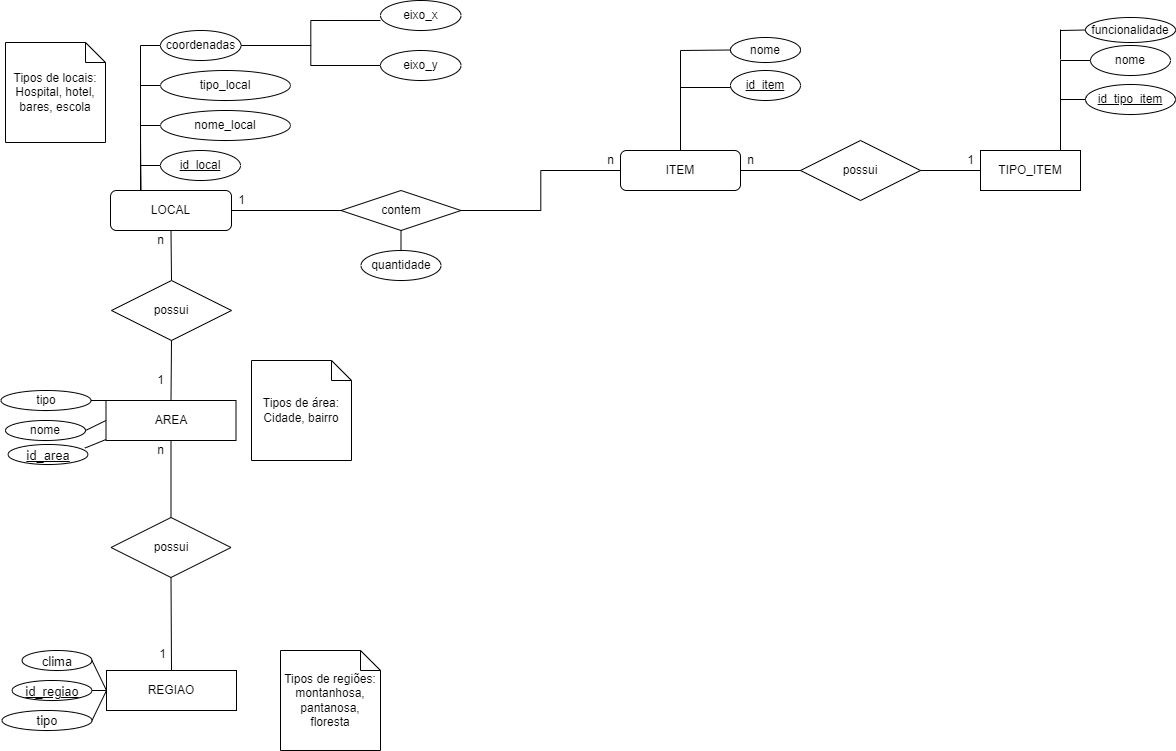
This is DER/DER-Mapa/MapFlowDER-v3.png from SBD1/grupo4-Zumbi, a draw.io export, as it was before one commit. Source tidied: cells renumbered, new cells last; positions are measured from the earlier drawing's top-left corner, leaving out a move shared by most shapes.
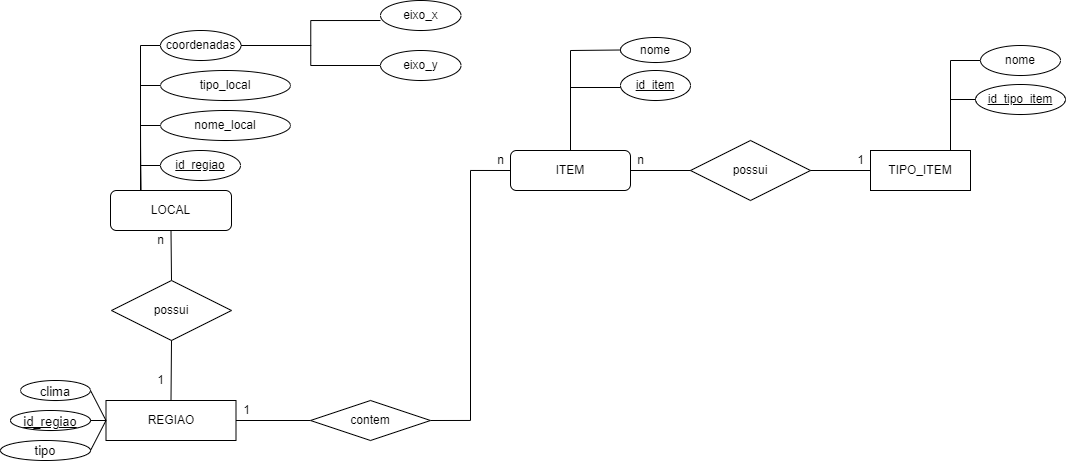
Later version of the same file.

The edit, as a diff of the source:
```diff
@@ -2,6 +2,11 @@
   <root>
     <mxCell id="0" />
     <mxCell id="1" parent="0" />
+    <mxCell id="69" style="edgeStyle=orthogonalEdgeStyle;rounded=0;jettySize=auto;html=1;entryX=0;entryY=0.5;entryDx=0;entryDy=0;endArrow=none;endFill=0;strokeColor=default;" parent="1" edge="1" target="12">
+      <mxGeometry relative="1" as="geometry">
+        <mxPoint x="230" y="420" as="sourcePoint" />
+      </mxGeometry>
+    </mxCell>
     <mxCell id="2" value="LOCAL" style="rounded=1;whiteSpace=wrap;html=1;" parent="1" vertex="1">
       <mxGeometry x="110" y="190" width="121" height="40" as="geometry" />
     </mxCell>
@@ -33,16 +38,16 @@
       <mxGeometry relative="1" as="geometry" />
     </mxCell>
     <mxCell id="12" value="contem" style="rhombus;whiteSpace=wrap;html=1;" parent="1" vertex="1">
-      <mxGeometry x="340.5" y="190" width="120" height="40" as="geometry" />
+      <mxGeometry x="310" y="400" width="120" height="40" as="geometry" />
     </mxCell>
     <mxCell id="13" value="1" style="text;html=1;align=center;verticalAlign=middle;strokeColor=none;fillColor=none;" parent="1" vertex="1">
-      <mxGeometry x="231" y="190" width="20" height="20" as="geometry" />
+      <mxGeometry x="235.5" y="400" width="20" height="20" as="geometry" />
     </mxCell>
     <mxCell id="14" value="ITEM" style="rounded=1;whiteSpace=wrap;html=1;" parent="1" vertex="1">
-      <mxGeometry x="620" y="150" width="120" height="40" as="geometry" />
+      <mxGeometry x="510" y="150" width="120" height="40" as="geometry" />
     </mxCell>
     <mxCell id="15" value="n" style="text;html=1;align=center;verticalAlign=middle;strokeColor=none;fillColor=none;" parent="1" vertex="1">
-      <mxGeometry x="600" y="150" width="20" height="20" as="geometry" />
+      <mxGeometry x="490" y="150" width="20" height="20" as="geometry" />
     </mxCell>
     <mxCell id="16" value="eixo_x" style="ellipse;whiteSpace=wrap;html=1;align=center;" parent="1" vertex="1">
       <mxGeometry x="380" width="80.5" height="30" as="geometry" />
@@ -55,20 +60,20 @@
         <mxPoint x="140" y="190" as="targetPoint" />
       </mxGeometry>
     </mxCell>
-    <mxCell id="19" value="&lt;u&gt;id_local&lt;/u&gt;" style="ellipse;whiteSpace=wrap;html=1;" parent="1" vertex="1">
+    <mxCell id="19" value="&lt;u&gt;id_regiao&lt;/u&gt;" style="ellipse;whiteSpace=wrap;html=1;" parent="1" vertex="1">
       <mxGeometry x="160" y="150" width="80" height="30" as="geometry" />
     </mxCell>
     <mxCell id="20" value="nome" style="ellipse;whiteSpace=wrap;html=1;align=center;" parent="1" vertex="1">
-      <mxGeometry x="730" y="37" width="70" height="25" as="geometry" />
+      <mxGeometry x="620" y="37" width="70" height="25" as="geometry" />
     </mxCell>
     <mxCell id="21" value="&lt;u&gt;id_item&lt;/u&gt;" style="ellipse;whiteSpace=wrap;html=1;align=center;" parent="1" vertex="1">
-      <mxGeometry x="730" y="70" width="70" height="30" as="geometry" />
+      <mxGeometry x="620" y="70" width="70" height="30" as="geometry" />
     </mxCell>
     <mxCell id="22" value="possui" style="shape=rhombus;perimeter=rhombusPerimeter;whiteSpace=wrap;html=1;align=center;" parent="1" vertex="1">
-      <mxGeometry x="800" y="140" width="120" height="60" as="geometry" />
+      <mxGeometry x="690" y="140" width="120" height="60" as="geometry" />
     </mxCell>
     <mxCell id="23" value="TIPO_ITEM" style="whiteSpace=wrap;html=1;align=center;" parent="1" vertex="1">
-      <mxGeometry x="980" y="150" width="100" height="40" as="geometry" />
+      <mxGeometry x="870" y="150" width="100" height="40" as="geometry" />
     </mxCell>
     <mxCell id="24" style="endArrow=none;html=1;rounded=0;exitX=1;exitY=0.5;exitDx=0;exitDy=0;" parent="1" edge="1" source="14" target="22">
       <mxGeometry relative="1" as="geometry" />
@@ -77,47 +82,47 @@
       <mxGeometry relative="1" as="geometry" />
     </mxCell>
     <mxCell id="26" value="n" style="text;html=1;align=center;verticalAlign=middle;strokeColor=none;fillColor=none;" parent="1" vertex="1">
-      <mxGeometry x="740" y="150" width="20" height="20" as="geometry" />
+      <mxGeometry x="630" y="150" width="20" height="20" as="geometry" />
     </mxCell>
     <mxCell id="27" value="1" style="text;html=1;align=center;verticalAlign=middle;strokeColor=none;fillColor=none;" parent="1" vertex="1">
-      <mxGeometry x="960" y="150" width="20" height="20" as="geometry" />
+      <mxGeometry x="850" y="150" width="20" height="20" as="geometry" />
     </mxCell>
     <mxCell id="28" style="endArrow=none;html=1;rounded=0;exitX=0.5;exitY=0;exitDx=0;exitDy=0;" parent="1" edge="1" source="14">
       <mxGeometry relative="1" as="geometry">
-        <mxPoint x="680" y="50" as="targetPoint" />
+        <mxPoint x="570" y="50" as="targetPoint" />
       </mxGeometry>
     </mxCell>
     <mxCell id="29" style="endArrow=none;html=1;rounded=0;entryX=0;entryY=0.5;entryDx=0;entryDy=0;" parent="1" edge="1" target="20">
       <mxGeometry relative="1" as="geometry">
-        <mxPoint x="680" y="50" as="sourcePoint" />
+        <mxPoint x="570" y="50" as="sourcePoint" />
       </mxGeometry>
     </mxCell>
     <mxCell id="30" style="endArrow=none;html=1;rounded=0;entryX=0;entryY=0.5;entryDx=0;entryDy=0;" parent="1" edge="1">
       <mxGeometry relative="1" as="geometry">
-        <mxPoint x="680" y="87" as="sourcePoint" />
-        <mxPoint x="730" y="87" as="targetPoint" />
+        <mxPoint x="570" y="87" as="sourcePoint" />
+        <mxPoint x="620" y="87" as="targetPoint" />
       </mxGeometry>
     </mxCell>
     <mxCell id="31" style="endArrow=none;html=1;rounded=0;exitX=0.75;exitY=0;exitDx=0;exitDy=0;" parent="1" edge="1">
       <mxGeometry relative="1" as="geometry">
-        <mxPoint x="1060" y="150" as="sourcePoint" />
-        <mxPoint x="1060" y="60" as="targetPoint" />
+        <mxPoint x="950" y="150" as="sourcePoint" />
+        <mxPoint x="950" y="60" as="targetPoint" />
       </mxGeometry>
     </mxCell>
     <mxCell id="32" value="nome" style="ellipse;whiteSpace=wrap;html=1;align=center;" parent="1" vertex="1">
-      <mxGeometry x="1090" y="45" width="80" height="30" as="geometry" />
+      <mxGeometry x="980" y="45" width="80" height="30" as="geometry" />
     </mxCell>
     <mxCell id="33" style="endArrow=none;html=1;rounded=0;entryX=0;entryY=0.5;entryDx=0;entryDy=0;" parent="1" edge="1" target="32">
       <mxGeometry relative="1" as="geometry">
-        <mxPoint x="1060" y="60" as="sourcePoint" />
+        <mxPoint x="950" y="60" as="sourcePoint" />
       </mxGeometry>
     </mxCell>
     <mxCell id="34" value="id_tipo_item" style="ellipse;whiteSpace=wrap;html=1;align=center;fontStyle=4;" parent="1" vertex="1">
-      <mxGeometry x="1085" y="84" width="90" height="30" as="geometry" />
+      <mxGeometry x="975" y="84" width="90" height="30" as="geometry" />
     </mxCell>
     <mxCell id="35" style="endArrow=none;html=1;rounded=0;entryX=0;entryY=0.5;entryDx=0;entryDy=0;" parent="1" edge="1" target="34">
       <mxGeometry relative="1" as="geometry">
-        <mxPoint x="1060" y="99" as="sourcePoint" />
+        <mxPoint x="950" y="99" as="sourcePoint" />
       </mxGeometry>
     </mxCell>
     <mxCell id="36" style="endArrow=none;html=1;rounded=0;exitX=0.5;exitY=1;exitDx=0;exitDy=0;" parent="1" edge="1" source="2">
@@ -126,22 +131,22 @@
       </mxGeometry>
     </mxCell>
     <mxCell id="37" value="REGIAO" style="whiteSpace=wrap;html=1;align=center;" parent="1" vertex="1">
-      <mxGeometry x="106" y="670" width="130" height="40" as="geometry" />
+      <mxGeometry x="105.5" y="400" width="130" height="40" as="geometry" />
     </mxCell>
     <mxCell id="38" value="possui" style="shape=rhombus;perimeter=rhombusPerimeter;whiteSpace=wrap;html=1;align=center;" parent="1" vertex="1">
-      <mxGeometry x="110.5" y="517" width="120" height="60" as="geometry" />
+      <mxGeometry x="111" y="280" width="120" height="60" as="geometry" />
     </mxCell>
     <mxCell id="39" value="n" style="text;html=1;align=center;verticalAlign=middle;strokeColor=none;fillColor=none;" parent="1" vertex="1">
       <mxGeometry x="150" y="230" width="20" height="20" as="geometry" />
     </mxCell>
     <mxCell id="40" value="1" style="text;html=1;align=center;verticalAlign=middle;strokeColor=none;fillColor=none;" parent="1" vertex="1">
-      <mxGeometry x="151.5" y="644" width="20" height="20" as="geometry" />
+      <mxGeometry x="150" y="370" width="20" height="20" as="geometry" />
     </mxCell>
     <mxCell id="41" value="&lt;font style=&quot;font-size: 13px&quot;&gt;clima&lt;/font&gt;" style="ellipse;whiteSpace=wrap;html=1;align=center;fontSize=16;" parent="1" vertex="1">
-      <mxGeometry x="21.5" y="650" width="70" height="20" as="geometry" />
+      <mxGeometry x="20" y="380" width="70" height="20" as="geometry" />
     </mxCell>
     <mxCell id="42" value="&lt;font style=&quot;font-size: 13px&quot;&gt;&lt;u&gt;id_regiao&lt;/u&gt;&lt;/font&gt;" style="ellipse;whiteSpace=wrap;html=1;align=center;fontSize=16;" parent="1" vertex="1">
-      <mxGeometry x="11.5" y="680" width="80" height="20" as="geometry" />
+      <mxGeometry x="10" y="410" width="80" height="20" as="geometry" />
     </mxCell>
     <mxCell id="43" style="endArrow=none;html=1;rounded=0;fontSize=13;exitX=0;exitY=0.5;exitDx=0;exitDy=0;entryX=1;entryY=0.5;entryDx=0;entryDy=0;" parent="1" edge="1" source="37" target="41">
       <mxGeometry relative="1" as="geometry" />
@@ -150,89 +155,15 @@
       <mxGeometry relative="1" as="geometry" />
     </mxCell>
     <mxCell id="45" value="tipo" style="ellipse;whiteSpace=wrap;html=1;align=center;fontSize=13;" parent="1" vertex="1">
-      <mxGeometry x="1.5" y="710" width="90" height="20" as="geometry" />
+      <mxGeometry y="440" width="90" height="20" as="geometry" />
     </mxCell>
-    <mxCell id="46" style="endArrow=none;html=1;rounded=0;fontSize=13;exitX=0;exitY=0.5;exitDx=0;exitDy=0;entryX=1;entryY=0.5;entryDx=0;entryDy=0;" parent="1" edge="1" source="37">
-      <mxGeometry relative="1" as="geometry">
-        <mxPoint x="91.5" y="720" as="targetPoint" />
-      </mxGeometry>
+    <mxCell id="46" style="endArrow=none;html=1;rounded=0;fontSize=13;exitX=0;exitY=0.5;exitDx=0;exitDy=0;entryX=1;entryY=0.5;entryDx=0;entryDy=0;" parent="1" edge="1" source="37" target="45">
+      <mxGeometry relative="1" as="geometry" />
     </mxCell>
-    <mxCell id="47" style="endArrow=none;html=1;rounded=0;fontSize=13;exitX=0.5;exitY=1;exitDx=0;exitDy=0;entryX=0.5;entryY=0;entryDx=0;entryDy=0;" parent="1" edge="1" source="38" target="37">
-      <mxGeometry relative="1" as="geometry" />
+    <mxCell id="47" style="endArrow=none;html=1;rounded=0;fontSize=13;exitX=0.5;exitY=1;exitDx=0;exitDy=0;entryX=0.5;entryY=0;entryDx=0;entryDy=0;" parent="1" edge="1" target="37">
+      <mxGeometry relative="1" as="geometry">
+        <mxPoint x="171" y="340" as="sourcePoint" />
+      </mxGeometry>
     </mxCell>
-    <mxCell id="48" value="funcionalidade" style="ellipse;whiteSpace=wrap;html=1;align=center;" parent="1" vertex="1">
-      <mxGeometry x="1085" y="17" width="90" height="25" as="geometry" />
-    </mxCell>
-    <mxCell id="49" style="endArrow=none;html=1;rounded=0;" parent="1" edge="1">
-      <mxGeometry relative="1" as="geometry">
-        <mxPoint x="1060" y="59" as="sourcePoint" />
-        <mxPoint x="1060" y="29" as="targetPoint" />
-      </mxGeometry>
-    </mxCell>
-    <mxCell id="50" style="endArrow=none;html=1;rounded=0;entryX=0;entryY=0.5;entryDx=0;entryDy=0;" parent="1" edge="1" target="48">
-      <mxGeometry relative="1" as="geometry">
-        <mxPoint x="1060" y="30" as="sourcePoint" />
-      </mxGeometry>
-    </mxCell>
-    <mxCell id="51" value="quantidade" style="ellipse;whiteSpace=wrap;html=1;align=center;" parent="1" vertex="1">
-      <mxGeometry x="360.5" y="250" width="80" height="30" as="geometry" />
-    </mxCell>
-    <mxCell id="52" style="endArrow=none;html=1;rounded=0;exitX=0.5;exitY=1;exitDx=0;exitDy=0;entryX=0.5;entryY=0;entryDx=0;entryDy=0;" parent="1" edge="1" source="12" target="51">
-      <mxGeometry relative="1" as="geometry" />
-    </mxCell>
-    <mxCell id="53" style="endArrow=none;html=1;rounded=0;exitX=1;exitY=0.5;exitDx=0;exitDy=0;entryX=0;entryY=0.5;entryDx=0;entryDy=0;" parent="1" edge="1" source="2" target="12">
-      <mxGeometry relative="1" as="geometry" />
-    </mxCell>
-    <mxCell id="54" value="Tipos de regiões: montanhosa, pantanosa, floresta" style="shape=note;size=20;whiteSpace=wrap;html=1;" parent="1" vertex="1">
-      <mxGeometry x="280" y="650" width="100" height="100" as="geometry" />
-    </mxCell>
-    <mxCell id="55" value="Tipos de locais: Hospital, hotel, bares, escola" style="shape=note;size=20;whiteSpace=wrap;html=1;" parent="1" vertex="1">
-      <mxGeometry x="5" y="42" width="100" height="100" as="geometry" />
-    </mxCell>
-    <mxCell id="56" value="AREA" style="whiteSpace=wrap;html=1;align=center;" parent="1" vertex="1">
-      <mxGeometry x="105.5" y="400" width="130" height="40" as="geometry" />
-    </mxCell>
-    <mxCell id="57" value="possui" style="shape=rhombus;perimeter=rhombusPerimeter;whiteSpace=wrap;html=1;align=center;" parent="1" vertex="1">
-      <mxGeometry x="111" y="280" width="120" height="60" as="geometry" />
-    </mxCell>
-    <mxCell id="58" value="1" style="text;html=1;align=center;verticalAlign=middle;strokeColor=none;fillColor=none;" parent="1" vertex="1">
-      <mxGeometry x="150" y="370" width="20" height="20" as="geometry" />
-    </mxCell>
-    <mxCell id="59" value="&lt;font style=&quot;font-size: 13px&quot;&gt;&lt;u&gt;id_area&lt;/u&gt;&lt;/font&gt;" style="ellipse;whiteSpace=wrap;html=1;align=center;fontSize=16;" parent="1" vertex="1">
-      <mxGeometry x="7.5" y="444" width="80" height="20" as="geometry" />
-    </mxCell>
-    <mxCell id="60" style="endArrow=none;html=1;rounded=0;fontSize=13;exitX=0;exitY=0.5;exitDx=0;exitDy=0;entryX=0.961;entryY=0.18;entryDx=0;entryDy=0;entryPerimeter=0;" parent="1" edge="1" target="59">
-      <mxGeometry relative="1" as="geometry">
-        <mxPoint x="105.5" y="439" as="sourcePoint" />
-      </mxGeometry>
-    </mxCell>
-    <mxCell id="61" style="endArrow=none;html=1;rounded=0;fontSize=13;exitX=0.5;exitY=1;exitDx=0;exitDy=0;entryX=0.5;entryY=0;entryDx=0;entryDy=0;" parent="1" edge="1" target="56">
-      <mxGeometry relative="1" as="geometry">
-        <mxPoint x="171" y="340" as="sourcePoint" />
-      </mxGeometry>
-    </mxCell>
-    <mxCell id="62" style="endArrow=none;html=1;rounded=0;exitX=0.5;exitY=1;exitDx=0;exitDy=0;entryX=0.5;entryY=0;entryDx=0;entryDy=0;" parent="1" edge="1" source="56" target="38">
-      <mxGeometry relative="1" as="geometry" />
-    </mxCell>
-    <mxCell id="63" style="endArrow=none;html=1;rounded=0;exitX=0;exitY=0;exitDx=0;exitDy=0;" parent="1" edge="1" source="56">
-      <mxGeometry relative="1" as="geometry">
-        <mxPoint x="80" y="400" as="targetPoint" />
-      </mxGeometry>
-    </mxCell>
-    <mxCell id="64" value="tipo" style="ellipse;whiteSpace=wrap;html=1;align=center;" parent="1" vertex="1">
-      <mxGeometry x="0.5" y="390" width="90" height="20" as="geometry" />
-    </mxCell>
-    <mxCell id="65" value="nome" style="ellipse;whiteSpace=wrap;html=1;align=center;" parent="1" vertex="1">
-      <mxGeometry x="5" y="420" width="80" height="20" as="geometry" />
-    </mxCell>
-    <mxCell id="66" style="endArrow=none;html=1;rounded=0;exitX=0;exitY=0.5;exitDx=0;exitDy=0;entryX=1;entryY=0.5;entryDx=0;entryDy=0;" parent="1" edge="1" source="56" target="65">
-      <mxGeometry relative="1" as="geometry" />
-    </mxCell>
-    <mxCell id="67" value="n" style="text;html=1;align=center;verticalAlign=middle;strokeColor=none;fillColor=none;" parent="1" vertex="1">
-      <mxGeometry x="150" y="440" width="20" height="20" as="geometry" />
-    </mxCell>
-    <mxCell id="68" value="Tipos de área:&lt;br&gt;Cidade, bairro" style="shape=note;size=20;whiteSpace=wrap;html=1;" parent="1" vertex="1">
-      <mxGeometry x="251" y="360" width="100" height="100" as="geometry" />
-    </mxCell>
   </root>
 </mxGraphModel>
```
